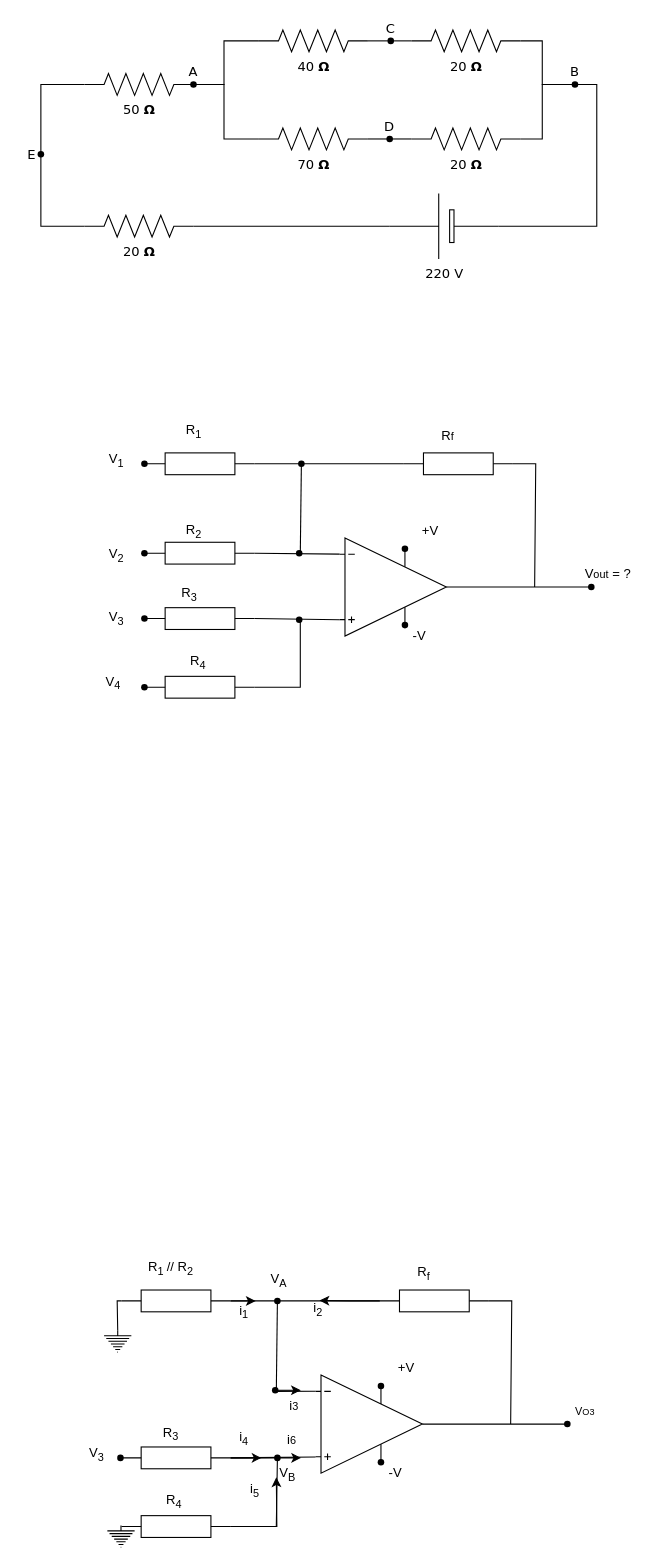
This is thiet_ke_mach_do_dttt2.drawio from Dotis26/HelloWorld, a draw.io file, before an edit. Source tidied: cells renumbered, new cells numbered last; positions are measured from the earlier drawing's top-left corner, leaving out a move shared by most shapes. Both pictures are drawn from the tidied source at 109%, with x=0, y=0 at pixel (19, 19).
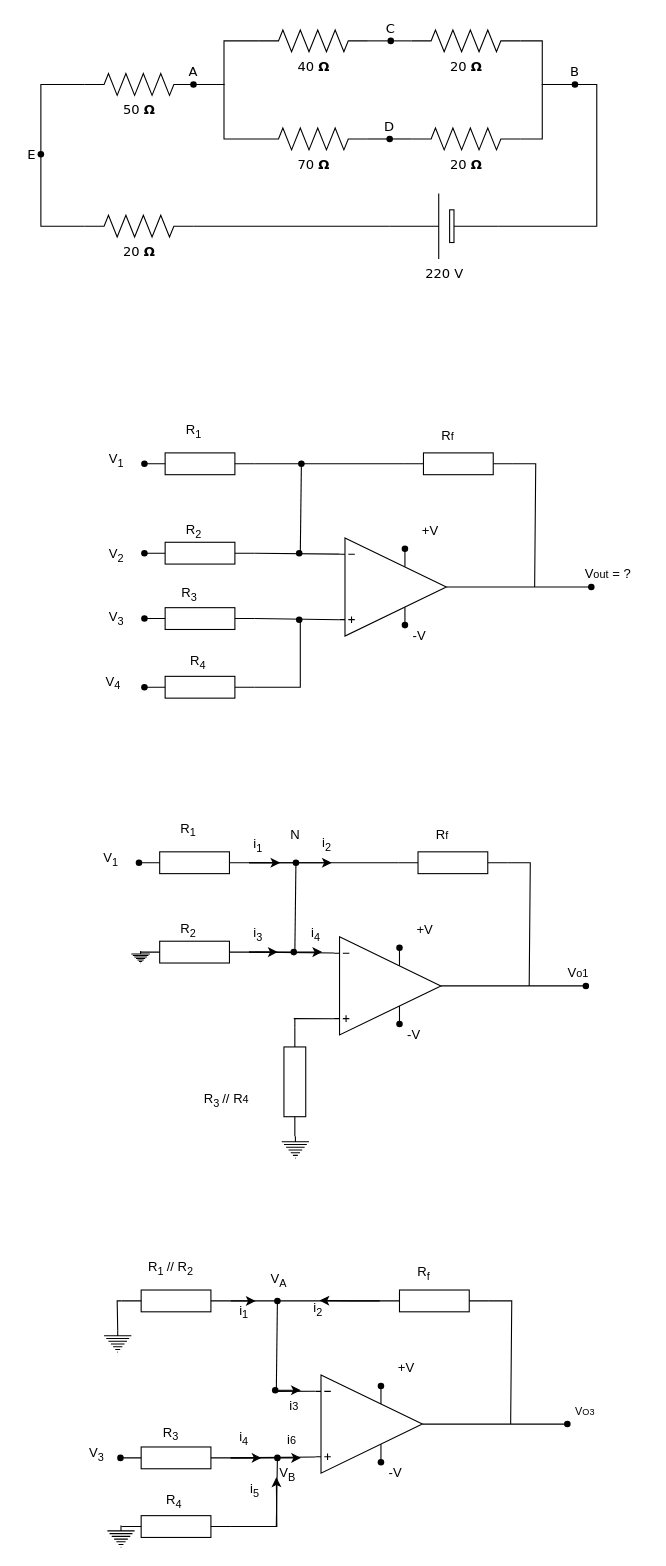
The same page after the edit.

Commit message (it also covers changes not shown here):
Cập nhật thiet_ke_mach_do_dttt2.drawio

What changed in the source:
```diff
@@
+    <mxCell id="106" style="edgeStyle=orthogonalEdgeStyle;rounded=0;jettySize=auto;html=1;exitX=1;exitY=0.5;exitDx=0;exitDy=0;exitPerimeter=0;" parent="1" edge="1" source="108">
+      <mxGeometry relative="1" as="geometry">
+        <mxPoint x="286.9" y="774" as="targetPoint" />
+      </mxGeometry>
+    </mxCell>
+    <mxCell id="107" style="edgeStyle=orthogonalEdgeStyle;rounded=0;jettySize=auto;html=1;exitX=1;exitY=0.5;exitDx=0;exitDy=0;exitPerimeter=0;" parent="1" edge="1" source="108">
+      <mxGeometry relative="1" as="geometry">
+        <mxPoint x="239.7" y="774" as="targetPoint" />
+      </mxGeometry>
+    </mxCell>
+    <mxCell id="108" style="verticalLabelPosition=bottom;shadow=0;dashed=0;align=center;html=1;verticalAlign=top;shape=mxgraph.electrical.resistors.resistor_1;" parent="1" vertex="1">
+      <mxGeometry x="111" y="764" width="100" height="20" as="geometry" />
+    </mxCell>
+    <mxCell id="109" style="verticalLabelPosition=bottom;shadow=0;dashed=0;align=center;html=1;verticalAlign=top;shape=mxgraph.electrical.resistors.resistor_1;" parent="1" vertex="1">
+      <mxGeometry x="348" y="764" width="100" height="20" as="geometry" />
+    </mxCell>
+    <mxCell id="110" style="edgeStyle=orthogonalEdgeStyle;rounded=0;jettySize=auto;html=1;exitX=1;exitY=0.5;exitDx=0;exitDy=0;exitPerimeter=0;" parent="1" edge="1" source="112">
+      <mxGeometry relative="1" as="geometry">
+        <mxPoint x="237.3" y="856" as="targetPoint" />
+      </mxGeometry>
+    </mxCell>
+    <mxCell id="111" style="edgeStyle=orthogonalEdgeStyle;rounded=0;jettySize=auto;html=1;exitX=1;exitY=0.5;exitDx=0;exitDy=0;exitPerimeter=0;" parent="1" edge="1" source="112">
+      <mxGeometry relative="1" as="geometry">
+        <mxPoint x="278.1" y="856" as="targetPoint" />
+      </mxGeometry>
+    </mxCell>
+    <mxCell id="112" style="verticalLabelPosition=bottom;shadow=0;dashed=0;align=center;html=1;verticalAlign=top;shape=mxgraph.electrical.resistors.resistor_1;" parent="1" vertex="1">
+      <mxGeometry x="111" y="846" width="100" height="20" as="geometry" />
+    </mxCell>
+    <mxCell id="113" style="verticalLabelPosition=bottom;shadow=0;dashed=0;align=center;html=1;verticalAlign=top;shape=mxgraph.electrical.resistors.resistor_1;direction=north;" parent="1" vertex="1">
+      <mxGeometry x="243" y="925" width="20" height="100" as="geometry" />
+    </mxCell>
+    <mxCell id="114" style="verticalLabelPosition=bottom;shadow=0;dashed=0;align=center;html=1;verticalAlign=top;shape=mxgraph.electrical.abstract.operational_amp_1;" parent="1" vertex="1">
+      <mxGeometry x="289" y="842" width="98" height="90" as="geometry" />
+    </mxCell>
+    <mxCell id="115" style="endArrow=none;html=1;rounded=0;entryX=0;entryY=0.5;entryDx=0;entryDy=0;entryPerimeter=0;exitX=1;exitY=0.5;exitDx=0;exitDy=0;exitPerimeter=0;" parent="1" edge="1" source="114">
+      <mxGeometry relative="1" as="geometry">
+        <mxPoint x="518" y="887" as="targetPoint" />
+      </mxGeometry>
+    </mxCell>
+    <mxCell id="116" style="endArrow=none;html=1;rounded=0;exitX=1;exitY=0.5;exitDx=0;exitDy=0;exitPerimeter=0;" parent="1" edge="1" source="109">
+      <mxGeometry relative="1" as="geometry">
+        <mxPoint x="468" y="887" as="targetPoint" />
+        <Array as="points">
+          <mxPoint x="469" y="774" />
+        </Array>
+      </mxGeometry>
+    </mxCell>
+    <mxCell id="117" style="endArrow=none;html=1;rounded=0;entryX=0;entryY=0.165;entryDx=0;entryDy=0;entryPerimeter=0;exitX=1;exitY=0.5;exitDx=0;exitDy=0;exitPerimeter=0;" parent="1" edge="1" source="112" target="114">
+      <mxGeometry relative="1" as="geometry" />
+    </mxCell>
+    <mxCell id="118" style="endArrow=none;html=1;rounded=0;exitX=1;exitY=0.5;exitDx=0;exitDy=0;exitPerimeter=0;entryX=0;entryY=0.5;entryDx=0;entryDy=0;entryPerimeter=0;" parent="1" edge="1" source="108" target="109">
+      <mxGeometry relative="1" as="geometry" />
+    </mxCell>
+    <mxCell id="119" style="endArrow=none;html=1;rounded=0;" parent="1" edge="1">
+      <mxGeometry relative="1" as="geometry">
+        <mxPoint x="253" y="857" as="sourcePoint" />
+        <mxPoint x="254" y="774" as="targetPoint" />
+      </mxGeometry>
+    </mxCell>
+    <mxCell id="120" style="endArrow=none;html=1;rounded=0;entryX=0;entryY=0.835;entryDx=0;entryDy=0;entryPerimeter=0;" parent="1" edge="1" target="114">
+      <mxGeometry relative="1" as="geometry">
+        <mxPoint x="252" y="917" as="sourcePoint" />
+      </mxGeometry>
+    </mxCell>
+    <mxCell id="121" style="shape=waypoint;sketch=0;fillStyle=solid;size=6;fillColor=none;perimeter=centerPerimeter;" parent="1" vertex="1">
+      <mxGeometry x="510" y="877" width="20" height="20" as="geometry" />
+    </mxCell>
+    <mxCell id="122" style="shape=waypoint;sketch=0;fillStyle=solid;size=6;fillColor=none;perimeter=centerPerimeter;" parent="1" vertex="1">
+      <mxGeometry x="100" y="764" width="20" height="20" as="geometry" />
+    </mxCell>
+    <mxCell id="123" style="endArrow=none;html=1;rounded=0;exitX=1;exitY=0.5;exitDx=0;exitDy=0;exitPerimeter=0;" parent="1" edge="1" source="113">
+      <mxGeometry relative="1" as="geometry">
+        <mxPoint x="253" y="917" as="targetPoint" />
+      </mxGeometry>
+    </mxCell>
+    <mxCell id="124" style="shape=waypoint;sketch=0;fillStyle=solid;size=6;fillColor=none;perimeter=centerPerimeter;" parent="1" vertex="1">
+      <mxGeometry x="339" y="842" width="20" height="20" as="geometry" />
+    </mxCell>
+    <mxCell id="125" style="shape=waypoint;sketch=0;fillStyle=solid;size=6;fillColor=none;perimeter=centerPerimeter;" parent="1" vertex="1">
+      <mxGeometry x="339" y="912" width="20" height="20" as="geometry" />
+    </mxCell>
+    <mxCell id="126" value="+V" style="text;html=1;align=center;verticalAlign=middle;strokeColor=none;fillColor=none;" parent="1" vertex="1">
+      <mxGeometry x="355" y="823" width="33" height="26" as="geometry" />
+    </mxCell>
+    <mxCell id="127" value="-V" style="text;html=1;align=center;verticalAlign=middle;strokeColor=none;fillColor=none;" parent="1" vertex="1">
+      <mxGeometry x="347" y="919" width="30" height="26" as="geometry" />
+    </mxCell>
+    <mxCell id="128" value="V&lt;span style=&quot;font-size: 10px;&quot;&gt;o1&amp;nbsp; &amp;nbsp; &amp;nbsp; &amp;nbsp; &amp;nbsp; &amp;nbsp; &amp;nbsp; &amp;nbsp;&amp;nbsp;&lt;/span&gt;" style="text;html=1;align=center;verticalAlign=middle;strokeColor=none;fillColor=none;" parent="1" vertex="1">
+      <mxGeometry x="494" y="862" width="82" height="26" as="geometry" />
+    </mxCell>
+    <mxCell id="129" value="V&lt;sub&gt;1&lt;/sub&gt;" style="text;html=1;align=center;verticalAlign=middle;strokeColor=none;fillColor=none;" parent="1" vertex="1">
+      <mxGeometry x="68" y="756" width="32" height="30" as="geometry" />
+    </mxCell>
+    <mxCell id="130" value="R&lt;sub&gt;1&lt;/sub&gt;" style="text;html=1;align=center;verticalAlign=middle;strokeColor=none;fillColor=none;" parent="1" vertex="1">
+      <mxGeometry x="139" y="729" width="32" height="30" as="geometry" />
+    </mxCell>
+    <mxCell id="131" value="R&lt;sub&gt;2&lt;/sub&gt;" style="text;html=1;align=center;verticalAlign=middle;strokeColor=none;fillColor=none;" parent="1" vertex="1">
+      <mxGeometry x="139" y="821" width="32" height="30" as="geometry" />
+    </mxCell>
+    <mxCell id="132" value="R&lt;span style=&quot;font-size: 10px;&quot;&gt;f&lt;/span&gt;" style="text;html=1;align=center;verticalAlign=middle;strokeColor=none;fillColor=none;" parent="1" vertex="1">
+      <mxGeometry x="373" y="736" width="29" height="26" as="geometry" />
+    </mxCell>
+    <mxCell id="133" style="shape=waypoint;sketch=0;fillStyle=solid;size=6;fillColor=none;perimeter=centerPerimeter;" parent="1" vertex="1">
+      <mxGeometry x="244" y="764" width="20" height="20" as="geometry" />
+    </mxCell>
+    <mxCell id="134" style="shape=waypoint;sketch=0;fillStyle=solid;size=6;fillColor=none;perimeter=centerPerimeter;" parent="1" vertex="1">
+      <mxGeometry x="242" y="846" width="20" height="20" as="geometry" />
+    </mxCell>
+    <mxCell id="135" style="verticalLabelPosition=bottom;shadow=0;dashed=0;align=center;html=1;verticalAlign=top;shape=mxgraph.electrical.signal_sources.protective_earth;" parent="1" vertex="1">
+      <mxGeometry x="241" y="1025" width="25" height="20" as="geometry" />
+    </mxCell>
+    <mxCell id="136" value="R&lt;sub&gt;3&amp;nbsp;&lt;/sub&gt;// R&lt;span style=&quot;font-size: 10px;&quot;&gt;4&lt;/span&gt;" style="text;html=1;align=center;verticalAlign=middle;strokeColor=none;fillColor=none;" parent="1" vertex="1">
+      <mxGeometry x="160" y="977" width="59" height="30" as="geometry" />
+    </mxCell>
+    <mxCell id="137" value="N" style="text;html=1;align=center;verticalAlign=middle;strokeColor=none;fillColor=none;" parent="1" vertex="1">
+      <mxGeometry x="239" y="736" width="27" height="26" as="geometry" />
+    </mxCell>
+    <mxCell id="138" style="verticalLabelPosition=bottom;shadow=0;dashed=0;align=center;html=1;verticalAlign=top;shape=mxgraph.electrical.signal_sources.protective_earth;" parent="1" vertex="1">
+      <mxGeometry x="103" y="855" width="17" height="11" as="geometry" />
+    </mxCell>
+    <mxCell id="139" value="i&lt;sub&gt;1&lt;/sub&gt;" style="text;html=1;align=center;verticalAlign=middle;strokeColor=none;fillColor=none;" parent="1" vertex="1">
+      <mxGeometry x="206" y="743" width="26" height="30" as="geometry" />
+    </mxCell>
+    <mxCell id="140" value="i&lt;sub&gt;2&lt;/sub&gt;" style="text;html=1;align=center;verticalAlign=middle;strokeColor=none;fillColor=none;" parent="1" vertex="1">
+      <mxGeometry x="269" y="742" width="26" height="30" as="geometry" />
+    </mxCell>
+    <mxCell id="141" value="i&lt;sub&gt;3&lt;/sub&gt;" style="text;html=1;align=center;verticalAlign=middle;strokeColor=none;fillColor=none;" parent="1" vertex="1">
+      <mxGeometry x="206" y="825" width="26" height="30" as="geometry" />
+    </mxCell>
+    <mxCell id="142" value="i&lt;sub&gt;4&lt;/sub&gt;" style="text;html=1;align=center;verticalAlign=middle;strokeColor=none;fillColor=none;" parent="1" vertex="1">
+      <mxGeometry x="259" y="825" width="26" height="30" as="geometry" />
+    </mxCell>
```
